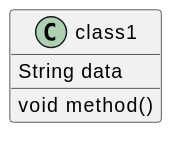
Before: test/nonreg/graphml/docs/classdiagram/GML0002_Test.svg, a diagram exported from PlantUML (plantuml/plantuml).
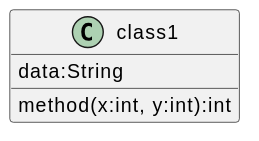
The same file after the commit.

Change to the diagram source:
```diff
@@ -1,6 +1,6 @@
 @startuml
 class class1 {
-String data
-void method()
+data:String
+method(x:int, y:int):int
 }
 @enduml
```
